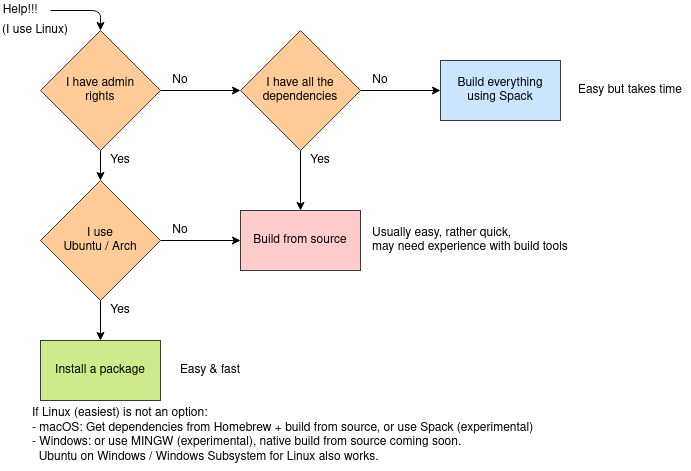
Above: images/docs/install-decision.png in precice/precice.github.io (draw.io), before the change. Source tidied: cells renumbered, new cells last; positions are measured from the earlier drawing's top-left corner, leaving out a move shared by most shapes. The source it was exported from:
```xml
<mxGraphModel>
  <root>
    <mxCell id="0" />
    <mxCell id="1" parent="0" />
    <mxCell id="2" style="edgeStyle=orthogonalEdgeStyle;rounded=0;jettySize=auto;html=1;" parent="1" edge="1" source="4" target="7">
      <mxGeometry relative="1" as="geometry" />
    </mxCell>
    <mxCell id="3" style="edgeStyle=orthogonalEdgeStyle;rounded=0;jettySize=auto;html=1;" parent="1" edge="1" source="4" target="11">
      <mxGeometry relative="1" as="geometry" />
    </mxCell>
    <mxCell id="4" value="I have admin&lt;br&gt;rights" style="rhombus;whiteSpace=wrap;html=1;fillColor=#ffcc99;strokeColor=#36393d;" parent="1" vertex="1">
      <mxGeometry x="40" y="30" width="120" height="120" as="geometry" />
    </mxCell>
    <mxCell id="5" style="edgeStyle=orthogonalEdgeStyle;rounded=0;jettySize=auto;html=1;" parent="1" edge="1" source="7" target="8">
      <mxGeometry relative="1" as="geometry" />
    </mxCell>
    <mxCell id="6" style="edgeStyle=orthogonalEdgeStyle;rounded=0;jettySize=auto;html=1;" parent="1" edge="1" source="7" target="12">
      <mxGeometry relative="1" as="geometry" />
    </mxCell>
    <mxCell id="7" value="I use&lt;br&gt;Ubuntu / Arch" style="rhombus;whiteSpace=wrap;html=1;fillColor=#ffcc99;strokeColor=#36393d;" parent="1" vertex="1">
      <mxGeometry x="40" y="180" width="120" height="120" as="geometry" />
    </mxCell>
    <mxCell id="8" value="Install a package" style="whiteSpace=wrap;html=1;fillColor=#cdeb8b;strokeColor=#36393d;" parent="1" vertex="1">
      <mxGeometry x="40" y="340" width="120" height="60" as="geometry" />
    </mxCell>
    <mxCell id="9" style="edgeStyle=orthogonalEdgeStyle;rounded=0;jettySize=auto;html=1;" parent="1" edge="1" source="11" target="12">
      <mxGeometry relative="1" as="geometry" />
    </mxCell>
    <mxCell id="10" style="edgeStyle=orthogonalEdgeStyle;rounded=0;jettySize=auto;html=1;" parent="1" edge="1" source="11" target="13">
      <mxGeometry relative="1" as="geometry" />
    </mxCell>
    <mxCell id="11" value="I have all the dependencies" style="rhombus;whiteSpace=wrap;html=1;fillColor=#ffcc99;strokeColor=#36393d;" parent="1" vertex="1">
      <mxGeometry x="240" y="30" width="120" height="120" as="geometry" />
    </mxCell>
    <mxCell id="12" value="Build from source" style="whiteSpace=wrap;html=1;fillColor=#ffcccc;strokeColor=#36393d;" parent="1" vertex="1">
      <mxGeometry x="240" y="210" width="120" height="60" as="geometry" />
    </mxCell>
    <mxCell id="13" value="Build everything&lt;br&gt;using Spack" style="whiteSpace=wrap;html=1;fillColor=#cce5ff;strokeColor=#36393d;" parent="1" vertex="1">
      <mxGeometry x="440" y="60" width="120" height="60" as="geometry" />
    </mxCell>
    <mxCell id="14" style="endArrow=classic;html=1;entryX=0.5;entryY=0;entryDx=0;entryDy=0;edgeStyle=orthogonalEdgeStyle;" parent="1" edge="1" target="4">
      <mxGeometry relative="1" as="geometry">
        <mxPoint x="50" y="10" as="sourcePoint" />
        <Array as="points">
          <mxPoint x="100" y="10" />
        </Array>
      </mxGeometry>
    </mxCell>
    <mxCell id="15" value="Yes" style="text;html=1;strokeColor=none;fillColor=none;align=center;verticalAlign=middle;whiteSpace=wrap;rounded=0;" parent="1" vertex="1">
      <mxGeometry x="100" y="150" width="40" height="20" as="geometry" />
    </mxCell>
    <mxCell id="16" value="Yes" style="text;html=1;strokeColor=none;fillColor=none;align=center;verticalAlign=middle;whiteSpace=wrap;rounded=0;" parent="1" vertex="1">
      <mxGeometry x="100" y="300" width="40" height="20" as="geometry" />
    </mxCell>
    <mxCell id="17" value="Yes" style="text;html=1;strokeColor=none;fillColor=none;align=center;verticalAlign=middle;whiteSpace=wrap;rounded=0;" parent="1" vertex="1">
      <mxGeometry x="300" y="150" width="40" height="20" as="geometry" />
    </mxCell>
    <mxCell id="18" value="No" style="text;html=1;strokeColor=none;fillColor=none;align=center;verticalAlign=middle;whiteSpace=wrap;rounded=0;" parent="1" vertex="1">
      <mxGeometry x="160" y="220" width="40" height="20" as="geometry" />
    </mxCell>
    <mxCell id="19" value="No" style="text;html=1;strokeColor=none;fillColor=none;align=center;verticalAlign=middle;whiteSpace=wrap;rounded=0;" parent="1" vertex="1">
      <mxGeometry x="160" y="70" width="40" height="20" as="geometry" />
    </mxCell>
    <mxCell id="20" value="No" style="text;html=1;strokeColor=none;fillColor=none;align=center;verticalAlign=middle;whiteSpace=wrap;rounded=0;" parent="1" vertex="1">
      <mxGeometry x="360" y="70" width="40" height="20" as="geometry" />
    </mxCell>
    <mxCell id="21" value="Help!!!" style="text;html=1;strokeColor=none;fillColor=none;align=center;verticalAlign=middle;whiteSpace=wrap;rounded=0;" parent="1" vertex="1">
      <mxGeometry width="40" height="20" as="geometry" />
    </mxCell>
    <mxCell id="22" value="Easy &amp;amp; fast" style="text;html=1;strokeColor=none;fillColor=none;align=center;verticalAlign=middle;whiteSpace=wrap;rounded=0;" parent="1" vertex="1">
      <mxGeometry x="170" y="360" width="80" height="20" as="geometry" />
    </mxCell>
    <mxCell id="23" value="Usually easy, rather quick,&lt;br&gt;may need experience with build tools" style="text;html=1;strokeColor=none;fillColor=none;align=left;verticalAlign=middle;whiteSpace=wrap;rounded=0;" parent="1" vertex="1">
      <mxGeometry x="370" y="230" width="200" height="20" as="geometry" />
    </mxCell>
    <mxCell id="24" value="Easy but takes time" style="text;html=1;strokeColor=none;fillColor=none;align=center;verticalAlign=middle;whiteSpace=wrap;rounded=0;" parent="1" vertex="1">
      <mxGeometry x="570" y="80" width="120" height="20" as="geometry" />
    </mxCell>
    <mxCell id="25" value="(I use Linux)" style="text;html=1;strokeColor=none;fillColor=none;align=center;verticalAlign=middle;whiteSpace=wrap;rounded=0;" parent="1" vertex="1">
      <mxGeometry y="20" width="70" height="20" as="geometry" />
    </mxCell>
    <mxCell id="26" value="&lt;div&gt;If Linux (easiest) is not an option:&lt;br&gt;- macOS: Get dependencies from Homebrew + build from source, or use Spack (experimental)&lt;/div&gt;&lt;div&gt;- Windows: or use MINGW (experimental), native build from source coming soon.&lt;br&gt;&amp;nbsp; Ubuntu on Windows / Windows Subsystem for Linux also works.&lt;br&gt;&lt;/div&gt;" style="text;html=1;strokeColor=none;fillColor=none;align=left;verticalAlign=middle;whiteSpace=wrap;rounded=0;" parent="1" vertex="1">
      <mxGeometry x="30" y="400" width="520" height="70" as="geometry" />
    </mxCell>
  </root>
</mxGraphModel>
```
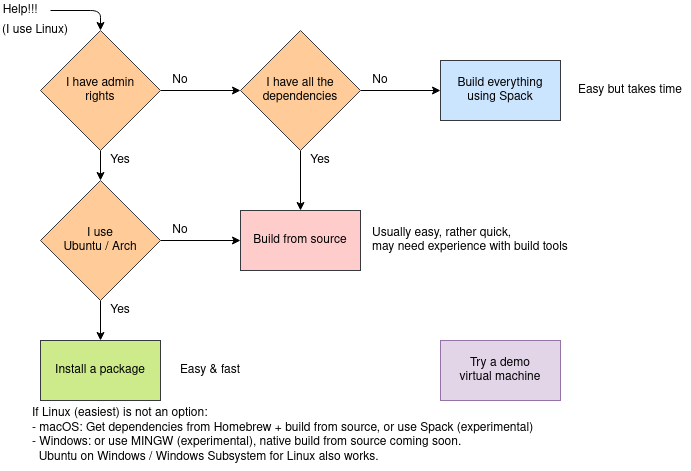
Above is the later version.

Diff of the diagram source:
```diff
@@ -82,5 +82,8 @@
     <mxCell id="26" value="&lt;div&gt;If Linux (easiest) is not an option:&lt;br&gt;- macOS: Get dependencies from Homebrew + build from source, or use Spack (experimental)&lt;/div&gt;&lt;div&gt;- Windows: or use MINGW (experimental), native build from source coming soon.&lt;br&gt;&amp;nbsp; Ubuntu on Windows / Windows Subsystem for Linux also works.&lt;br&gt;&lt;/div&gt;" style="text;html=1;strokeColor=none;fillColor=none;align=left;verticalAlign=middle;whiteSpace=wrap;rounded=0;" parent="1" vertex="1">
       <mxGeometry x="30" y="400" width="520" height="70" as="geometry" />
     </mxCell>
+    <mxCell id="27" value="&lt;div&gt;Try a demo&lt;/div&gt;&lt;div&gt;virtual machine&lt;br&gt;&lt;/div&gt;" style="rounded=0;whiteSpace=wrap;html=1;fillColor=#e1d5e7;strokeColor=#9673a6;" parent="1" vertex="1">
+      <mxGeometry x="440" y="340" width="120" height="60" as="geometry" />
+    </mxCell>
   </root>
 </mxGraphModel>
```
